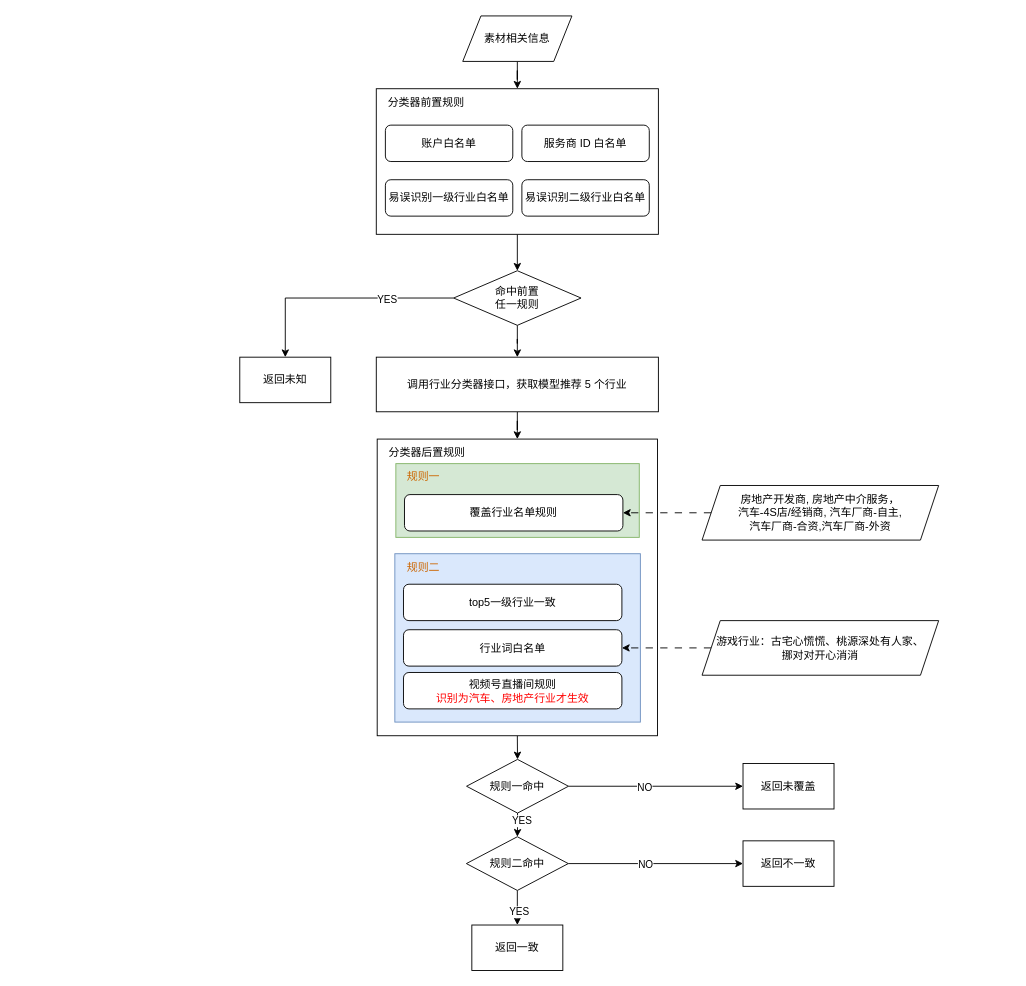
The draw.io diagram review/素材行业一致性判断规则流程.drawio in IntronCheng/mydraw, before the edit. Source tidied: cells renumbered, new cells numbered last; positions are measured from the earlier drawing's top-left corner, leaving out a move shared by most shapes. Both pictures are drawn from the tidied source at 91%, with x=0, y=0 at pixel (239, 15).
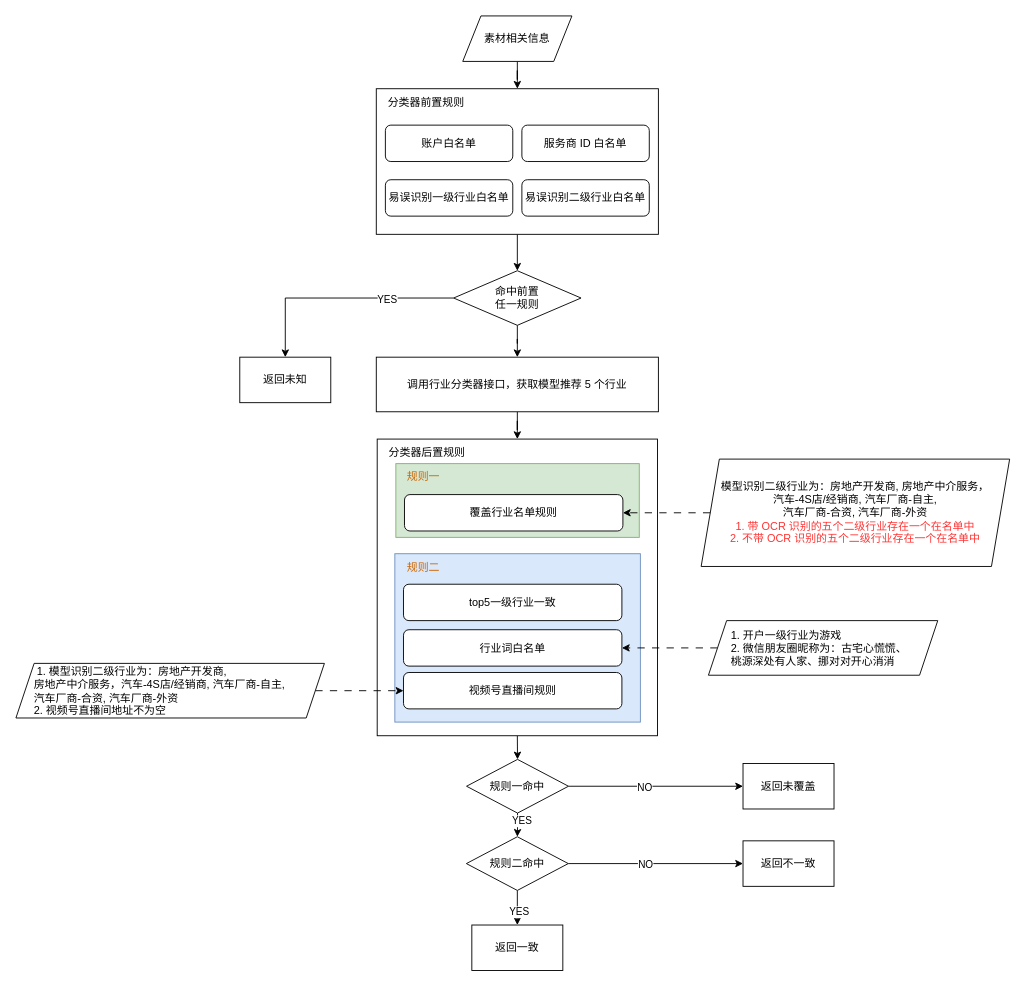
The same diagram, later.

Commit message:
更新素材行业一致性判断规则流程.drawio

Diff of the diagram source:
```diff
@@
-    <mxCell id="21" value="房地产开发商, 房地产中介服务，&lt;div&gt;汽车-4S店/经销商, 汽车厂商-自主,&lt;/div&gt;&lt;div&gt;汽车厂商-合资,汽车厂商-外资&lt;/div&gt;" style="shape=parallelogram;perimeter=parallelogramPerimeter;whiteSpace=wrap;html=1;fixedSize=1;" parent="1" vertex="1">
-      <mxGeometry x="508" y="516" width="260" height="60" as="geometry" />
+    <mxCell id="21" value="模型识别二级行业为：房地产开发商, 房地产中介服务，&lt;div&gt;&lt;span style=&quot;background-color: initial;&quot;&gt;汽车-4S店/经销商, 汽车厂商-自主,&lt;/span&gt;&lt;div&gt;汽车厂商-合资, 汽车厂商-外资&lt;/div&gt;&lt;/div&gt;&lt;div&gt;&lt;font color=&quot;#ff3333&quot;&gt;1. 带 OCR 识别的五个二级行业存在一个在名单中&lt;/font&gt;&lt;/div&gt;&lt;div&gt;&lt;font color=&quot;#ff3333&quot;&gt;2. 不带 OCR 识别的五个二级行业存在一个在名单中&lt;/font&gt;&lt;/div&gt;" style="shape=parallelogram;perimeter=parallelogramPerimeter;whiteSpace=wrap;html=1;fixedSize=1;" parent="1" vertex="1">
+      <mxGeometry x="507" y="487" width="339" height="118" as="geometry" />
     </mxCell>
@@
-    <mxCell id="29" value="视频号直播间规则&lt;div&gt;&lt;font color=&quot;#ff0000&quot;&gt;识别为汽车、房地产行业才生效&lt;/font&gt;&lt;/div&gt;" style="rounded=1;whiteSpace=wrap;html=1;" parent="1" vertex="1">
+    <mxCell id="29" value="视频号直播间规则" style="rounded=1;whiteSpace=wrap;html=1;" parent="1" vertex="1">
       <mxGeometry x="179.9" y="721.5" width="240" height="40" as="geometry" />
     </mxCell>
@@
-    <mxCell id="33" value="游戏行业：古宅心慌慌、桃源深处有人家、&lt;div&gt;挪对对开心消消&lt;br&gt;&lt;/div&gt;" style="shape=parallelogram;perimeter=parallelogramPerimeter;whiteSpace=wrap;html=1;fixedSize=1;" parent="1" vertex="1">
-      <mxGeometry x="508" y="664.5" width="260" height="60" as="geometry" />
+    <mxCell id="33" value="1. 开户一级行业为游戏&lt;div&gt;2. 微信朋友圈昵称为：古宅心慌慌、&lt;/div&gt;&lt;div&gt;桃源深处有人家、&lt;span style=&quot;background-color: initial;&quot;&gt;挪对对开心消消&lt;/span&gt;&lt;/div&gt;" style="shape=parallelogram;perimeter=parallelogramPerimeter;whiteSpace=wrap;html=1;fixedSize=1;align=left;spacingLeft=23;" parent="1" vertex="1">
+      <mxGeometry x="515" y="664.5" width="252" height="60" as="geometry" />
     </mxCell>
@@
+    <mxCell id="46" style="edgeStyle=orthogonalEdgeStyle;rounded=0;jettySize=auto;html=1;entryX=0;entryY=0.5;entryDx=0;entryDy=0;dashed=1;dashPattern=8 8;" parent="1" edge="1" source="47" target="29">
+      <mxGeometry relative="1" as="geometry" />
+    </mxCell>
+    <mxCell id="47" value="&amp;nbsp;1. 模型识别二级行业为：房地产开发商,&amp;nbsp;&lt;div&gt;房地产中介服务，&lt;span style=&quot;background-color: initial;&quot;&gt;汽车-4S店/经销商, 汽车厂商-自主,&lt;/span&gt;&lt;div&gt;&lt;div&gt;汽车厂商-合资, 汽车厂商-外资&lt;/div&gt;&lt;/div&gt;&lt;div&gt;2. 视频号直播间地址不为空&lt;/div&gt;&lt;/div&gt;" style="shape=parallelogram;perimeter=parallelogramPerimeter;whiteSpace=wrap;html=1;fixedSize=1;align=left;spacingLeft=18;" parent="1" vertex="1">
+      <mxGeometry x="-246" y="711.5" width="339" height="60" as="geometry" />
+    </mxCell>
```
